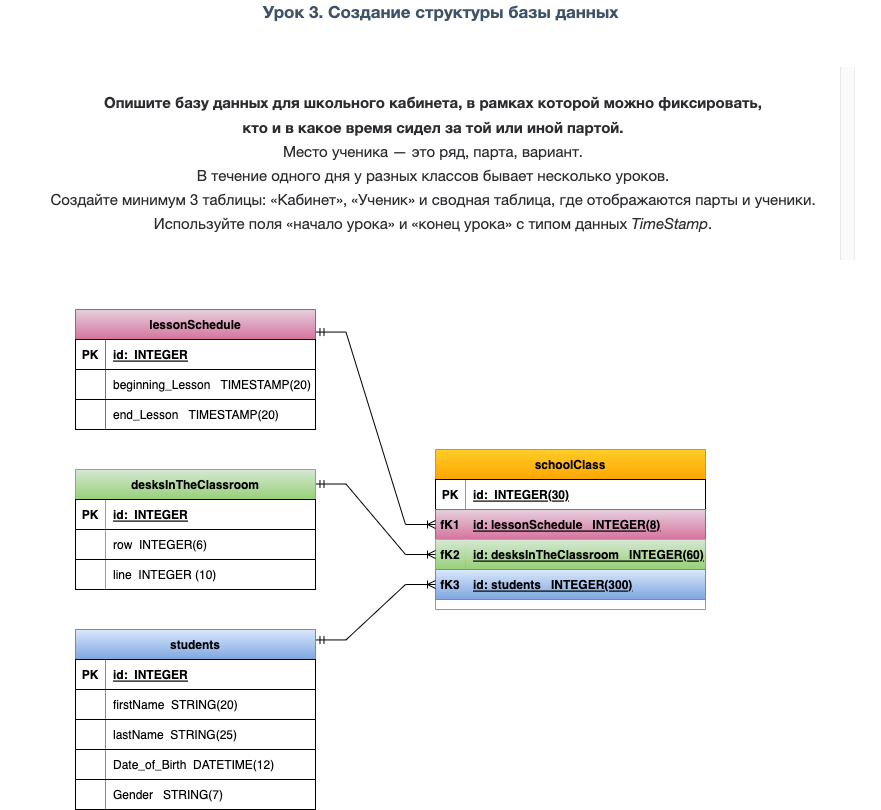
Earlier version of the draw.io export Lesson_3.drawio.png (SelenaInt/HomeWork_database_3). Source tidied: cells renumbered, new cells last; positions are measured from the earlier drawing's top-left corner, leaving out a move shared by most shapes.
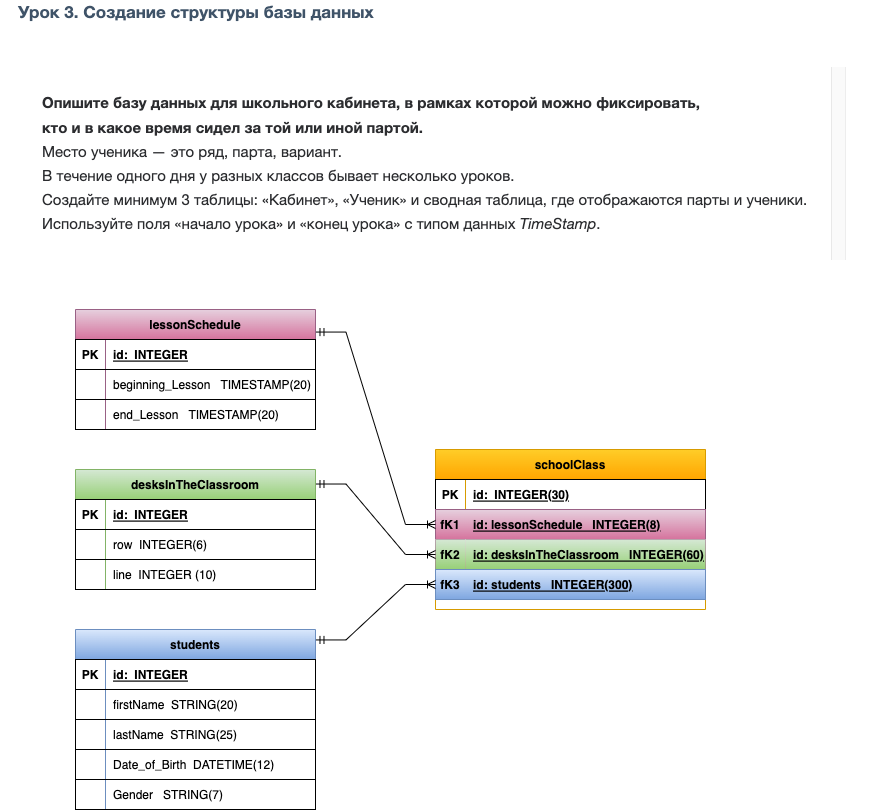
After the change.

Commit message:
Lesson 3. Getting to know the database - school class.

What changed in the source:
```diff
@@ -41,7 +41,7 @@
     <mxCell id="14" value="id: students   INTEGER(300)" style="shape=partialRectangle;fillColor=none;top=0;left=0;bottom=0;right=0;align=left;spacingLeft=6;fontStyle=5;overflow=hidden;" parent="12" vertex="1">
       <mxGeometry x="30" width="240" height="30" as="geometry" />
     </mxCell>
-    <mxCell id="15" value="&lt;header style=&quot;box-sizing: border-box; display: flex; align-items: center; min-height: 55px; padding: 0px 16px 8px; color: rgb(44, 45, 48); font-family: Roboto, &amp;quot;San Francisco&amp;quot;, &amp;quot;Helvetica Neue&amp;quot;, Helvetica, Arial; font-size: 15px; text-align: start; background-color: rgb(255, 255, 255);&quot;&gt;&lt;div style=&quot;box-sizing: border-box; flex: 1 1 0%; position: relative;&quot; class=&quot;title-block&quot;&gt;&lt;h3 style=&quot;box-sizing: border-box; font-family: inherit; font-weight: bold; line-height: 0; color: rgb(63, 83, 104); margin: 0px; font-size: 17px;&quot; class=&quot;title&quot;&gt;&lt;br&gt;&lt;/h3&gt;&lt;h3 style=&quot;box-sizing: border-box; font-family: inherit; font-weight: bold; line-height: 0; color: rgb(63, 83, 104); margin: 0px; font-size: 17px;&quot; class=&quot;title&quot;&gt;&lt;br&gt;&lt;/h3&gt;&lt;h3 style=&quot;box-sizing: border-box; font-family: inherit; font-weight: bold; line-height: 0; color: rgb(63, 83, 104); margin: 0px; font-size: 17px;&quot; class=&quot;title&quot;&gt;Урок 3. Создание структуры базы данных&lt;/h3&gt;&lt;h3 style=&quot;box-sizing: border-box; font-family: inherit; line-height: 24px; color: rgb(63, 83, 104); margin: 0px; font-size: 17px;&quot; class=&quot;title&quot;&gt;&lt;header style=&quot;box-sizing: border-box; display: flex; align-items: center; min-height: 55px; padding: 0px 16px 8px; color: rgb(44, 45, 48); font-size: 15px; font-weight: 400;&quot;&gt;&lt;div style=&quot;box-sizing: border-box; flex: 1 1 0%; position: relative;&quot; class=&quot;title-block&quot;&gt;&lt;/div&gt;&lt;/header&gt;&lt;div style=&quot;box-sizing: border-box; overflow-y: scroll; flex: 1 1 0%; color: rgb(44, 45, 48); font-size: 15px; font-weight: 400;&quot; id=&quot;main-content-wrapper__scrollable-container&quot; class=&quot;main-content-wrapper__scrollable-container&quot;&gt;&lt;div style=&quot;box-sizing: border-box; min-height: 100%;&quot; class=&quot;content&quot;&gt;&lt;div style=&quot;box-sizing: border-box;&quot; class=&quot;content-block content-block_homework&quot;&gt;&lt;div style=&quot;box-sizing: border-box; padding: 24px; border-radius: 4px; max-height: 100%; visibility: visible; pointer-events: auto; opacity: 1; transform: scaleY(1); transform-origin: left top; transition: transform 0.25s ease 0s, opacity 0.25s ease 0s, visibility 0.25s ease 0s, pointer-events 0.25s ease 0s, max-height 0.3s ease 0s;&quot; class=&quot;task-block js-homework-description-container&quot;&gt;&lt;div style=&quot;box-sizing: border-box;&quot; class=&quot;task-block-teacher&quot;&gt;&lt;p style=&quot;box-sizing: border-box; margin: 0px;&quot;&gt;&lt;span style=&quot;box-sizing: border-box; font-weight: 700; line-height: 0;&quot;&gt;Опишите базу данных для школьного кабинета, в рамках которой можно фиксировать,&lt;/span&gt;&lt;/p&gt;&lt;p style=&quot;box-sizing: border-box; margin: 0px;&quot;&gt;&lt;span style=&quot;box-sizing: border-box; font-weight: 700;&quot;&gt;кто и в какое время сидел за той или иной партой.&lt;/span&gt;&lt;/p&gt;&lt;ul style=&quot;box-sizing: border-box; margin: 0px; list-style: none; padding: 0px;&quot;&gt;&lt;li style=&quot;box-sizing: border-box;&quot;&gt;Место ученика — это ряд, парта, вариант.&lt;/li&gt;&lt;li style=&quot;box-sizing: border-box;&quot;&gt;В течение одного дня у разных классов бывает несколько уроков.&lt;/li&gt;&lt;li style=&quot;box-sizing: border-box;&quot;&gt;Создайте минимум 3 таблицы: «Кабинет», «Ученик» и сводная таблица, где отображаются парты и ученики.&lt;/li&gt;&lt;li style=&quot;box-sizing: border-box;&quot;&gt;Используйте поля «начало&amp;nbsp;&lt;span style=&quot;box-sizing: border-box;&quot;&gt;урока» и «конец&amp;nbsp;&lt;/span&gt;урока» с типом данных&amp;nbsp;&lt;em style=&quot;box-sizing: border-box;&quot;&gt;TimeStamp&lt;/em&gt;.&lt;/li&gt;&lt;/ul&gt;&lt;/div&gt;&lt;/div&gt;&lt;/div&gt;&lt;/div&gt;&lt;/div&gt;&lt;/h3&gt;&lt;/div&gt;&lt;/header&gt;" style="text;html=1;align=center;verticalAlign=middle;strokeColor=none;fillColor=none;" parent="1" vertex="1">
+    <mxCell id="15" value="&lt;header style=&quot;box-sizing: border-box; display: flex; align-items: center; min-height: 55px; padding: 0px 16px 8px; color: rgb(44, 45, 48); font-family: Roboto, &amp;quot;San Francisco&amp;quot;, &amp;quot;Helvetica Neue&amp;quot;, Helvetica, Arial; font-size: 15px; background-color: rgb(255, 255, 255);&quot;&gt;&lt;div style=&quot;box-sizing: border-box; flex: 1 1 0%; position: relative;&quot; class=&quot;title-block&quot;&gt;&lt;h3 style=&quot;box-sizing: border-box; font-family: inherit; font-weight: bold; line-height: 0; color: rgb(63, 83, 104); margin: 0px; font-size: 17px;&quot; class=&quot;title&quot;&gt;&lt;br&gt;&lt;/h3&gt;&lt;h3 style=&quot;box-sizing: border-box; font-family: inherit; font-weight: bold; line-height: 0; color: rgb(63, 83, 104); margin: 0px; font-size: 17px;&quot; class=&quot;title&quot;&gt;&lt;br&gt;&lt;/h3&gt;&lt;h3 style=&quot;box-sizing: border-box; font-family: inherit; font-weight: bold; line-height: 0; color: rgb(63, 83, 104); margin: 0px; font-size: 17px;&quot; class=&quot;title&quot;&gt;Урок 3. Создание структуры базы данных&lt;/h3&gt;&lt;h3 style=&quot;box-sizing: border-box; font-family: inherit; line-height: 24px; color: rgb(63, 83, 104); margin: 0px; font-size: 17px;&quot; class=&quot;title&quot;&gt;&lt;header style=&quot;box-sizing: border-box; display: flex; align-items: center; min-height: 55px; padding: 0px 16px 8px; color: rgb(44, 45, 48); font-size: 15px; font-weight: 400;&quot;&gt;&lt;div style=&quot;box-sizing: border-box; flex: 1 1 0%; position: relative;&quot; class=&quot;title-block&quot;&gt;&lt;/div&gt;&lt;/header&gt;&lt;div style=&quot;box-sizing: border-box; overflow-y: scroll; flex: 1 1 0%; color: rgb(44, 45, 48); font-size: 15px; font-weight: 400;&quot; id=&quot;main-content-wrapper__scrollable-container&quot; class=&quot;main-content-wrapper__scrollable-container&quot;&gt;&lt;div style=&quot;box-sizing: border-box; min-height: 100%;&quot; class=&quot;content&quot;&gt;&lt;div style=&quot;box-sizing: border-box;&quot; class=&quot;content-block content-block_homework&quot;&gt;&lt;div style=&quot;box-sizing: border-box; padding: 24px; border-radius: 4px; max-height: 100%; visibility: visible; pointer-events: auto; opacity: 1; transform: scaleY(1); transform-origin: left top; transition: transform 0.25s ease 0s, opacity 0.25s ease 0s, visibility 0.25s ease 0s, pointer-events 0.25s ease 0s, max-height 0.3s ease 0s;&quot; class=&quot;task-block js-homework-description-container&quot;&gt;&lt;div style=&quot;box-sizing: border-box;&quot; class=&quot;task-block-teacher&quot;&gt;&lt;p style=&quot;box-sizing: border-box; margin: 0px;&quot;&gt;&lt;span style=&quot;box-sizing: border-box; font-weight: 700; line-height: 0;&quot;&gt;Опишите базу данных для школьного кабинета, в рамках которой можно фиксировать,&lt;/span&gt;&lt;/p&gt;&lt;p style=&quot;box-sizing: border-box; margin: 0px;&quot;&gt;&lt;span style=&quot;box-sizing: border-box; font-weight: 700;&quot;&gt;кто и в какое время сидел за той или иной партой.&lt;/span&gt;&lt;/p&gt;&lt;ul style=&quot;box-sizing: border-box; margin: 0px; list-style: none; padding: 0px;&quot;&gt;&lt;li style=&quot;box-sizing: border-box;&quot;&gt;Место ученика — это ряд, парта, вариант.&lt;/li&gt;&lt;li style=&quot;box-sizing: border-box;&quot;&gt;В течение одного дня у разных классов бывает несколько уроков.&lt;/li&gt;&lt;li style=&quot;box-sizing: border-box;&quot;&gt;Создайте минимум 3 таблицы: «Кабинет», «Ученик» и сводная таблица, где отображаются парты и ученики.&lt;/li&gt;&lt;li style=&quot;box-sizing: border-box;&quot;&gt;Используйте поля «начало&amp;nbsp;&lt;span style=&quot;box-sizing: border-box;&quot;&gt;урока» и «конец&amp;nbsp;&lt;/span&gt;урока» с типом данных&amp;nbsp;&lt;em style=&quot;box-sizing: border-box;&quot;&gt;TimeStamp&lt;/em&gt;.&lt;/li&gt;&lt;/ul&gt;&lt;/div&gt;&lt;/div&gt;&lt;/div&gt;&lt;/div&gt;&lt;/div&gt;&lt;/h3&gt;&lt;/div&gt;&lt;/header&gt;" style="text;html=1;align=left;verticalAlign=middle;strokeColor=none;fillColor=none;" parent="1" vertex="1">
       <mxGeometry width="880" height="270" as="geometry" />
     </mxCell>
     <mxCell id="16" value="desksInTheClassroom" style="shape=table;startSize=30;rowLines=0;fontStyle=1;align=center;fillColor=#d5e8d4;strokeColor=#82b366;gradientColor=#97d077;" parent="1" vertex="1">
```
